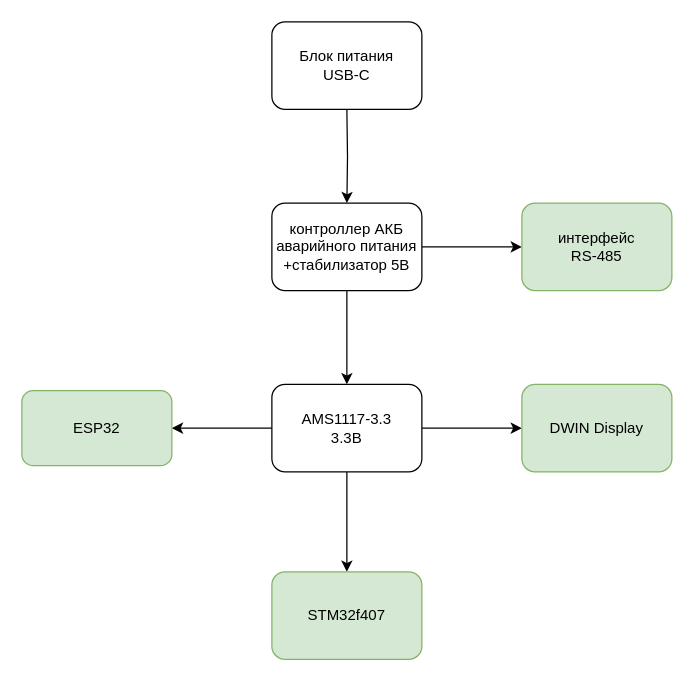
Before: дерево питания.drawio in wdsl2431/bejumniy-dom, a draw.io diagram. Source tidied: cells renumbered, new cells numbered last; positions are measured from the earlier drawing's top-left corner, leaving out a move shared by most shapes. Both pictures are drawn from the tidied source at 125%, with x=0, y=0 at pixel (21, 21).
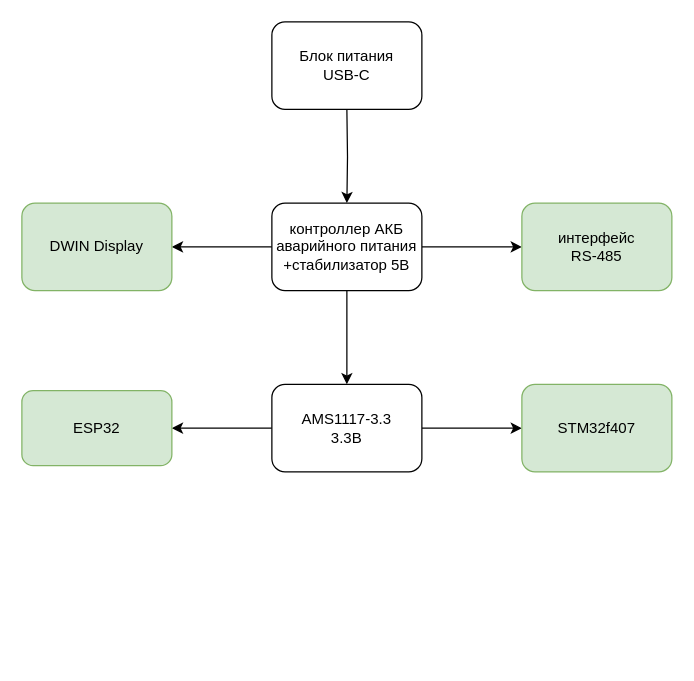
After the change.

The edit, as a diff of the source:
```diff
@@
 <mxGraphModel>
   <root>
     <mxCell id="0" />
     <mxCell id="1" parent="0" />
     <mxCell id="2" value="&lt;div&gt;Блок питания&lt;/div&gt;&lt;div&gt;USB-C&lt;/div&gt;" style="rounded=1;whiteSpace=wrap;html=1;" parent="1" vertex="1">
       <mxGeometry x="200" width="120" height="70" as="geometry" />
     </mxCell>
     <mxCell id="3" style="edgeStyle=orthogonalEdgeStyle;rounded=0;jettySize=auto;html=1;" parent="1" edge="1" source="5" target="10">
       <mxGeometry relative="1" as="geometry" />
     </mxCell>
     <mxCell id="4" style="edgeStyle=orthogonalEdgeStyle;rounded=0;jettySize=auto;html=1;" parent="1" edge="1" source="5" target="9">
       <mxGeometry relative="1" as="geometry" />
     </mxCell>
+    <mxCell id="15" style="edgeStyle=orthogonalEdgeStyle;rounded=0;jettySize=auto;html=1;" parent="1" edge="1" source="5" target="11">
+      <mxGeometry relative="1" as="geometry" />
+    </mxCell>
     <mxCell id="5" value="&lt;div&gt;контроллер АКБ&lt;/div&gt;&lt;div&gt;аварийного питания&lt;br&gt;+стабилизатор 5В&lt;/div&gt;" style="rounded=1;whiteSpace=wrap;html=1;" parent="1" vertex="1">
       <mxGeometry x="200" y="145" width="120" height="70" as="geometry" />
     </mxCell>
-    <mxCell id="6" style="edgeStyle=orthogonalEdgeStyle;rounded=0;jettySize=auto;html=1;" parent="1" edge="1" source="9" target="11">
-      <mxGeometry relative="1" as="geometry" />
-    </mxCell>
     <mxCell id="7" style="edgeStyle=orthogonalEdgeStyle;rounded=0;jettySize=auto;html=1;" parent="1" edge="1" source="9" target="12">
       <mxGeometry relative="1" as="geometry" />
     </mxCell>
     <mxCell id="8" style="edgeStyle=orthogonalEdgeStyle;rounded=0;jettySize=auto;html=1;" parent="1" edge="1" source="9" target="14">
       <mxGeometry relative="1" as="geometry" />
     </mxCell>
     <mxCell id="9" value="&lt;div&gt;AMS1117-3.3&lt;/div&gt;&lt;div&gt;3.3В&lt;/div&gt;" style="rounded=1;whiteSpace=wrap;html=1;" parent="1" vertex="1">
       <mxGeometry x="200" y="290" width="120" height="70" as="geometry" />
     </mxCell>
     <mxCell id="10" value="&lt;div&gt;интерфейс&lt;/div&gt;&lt;div&gt;RS-485&lt;/div&gt;" style="rounded=1;whiteSpace=wrap;html=1;fillColor=#d5e8d4;strokeColor=#82b366;" parent="1" vertex="1">
       <mxGeometry x="400" y="145" width="120" height="70" as="geometry" />
     </mxCell>
     <mxCell id="11" value="DWIN Display" style="rounded=1;whiteSpace=wrap;html=1;fillColor=#d5e8d4;strokeColor=#82b366;" parent="1" vertex="1">
-      <mxGeometry x="400" y="290" width="120" height="70" as="geometry" />
+      <mxGeometry y="145" width="120" height="70" as="geometry" />
     </mxCell>
     <mxCell id="12" value="STM32f407" style="rounded=1;whiteSpace=wrap;html=1;fillColor=#d5e8d4;strokeColor=#82b366;" parent="1" vertex="1">
-      <mxGeometry x="200" y="440" width="120" height="70" as="geometry" />
+      <mxGeometry x="400" y="290" width="120" height="70" as="geometry" />
     </mxCell>
     <mxCell id="13" style="edgeStyle=orthogonalEdgeStyle;rounded=0;jettySize=auto;html=1;" parent="1" edge="1" target="5">
       <mxGeometry relative="1" as="geometry">
         <mxPoint x="260" y="70" as="sourcePoint" />
       </mxGeometry>
     </mxCell>
     <mxCell id="14" value="ESP32" style="whiteSpace=wrap;html=1;rounded=1;fillColor=#d5e8d4;strokeColor=#82b366;" parent="1" vertex="1">
       <mxGeometry y="295" width="120" height="60" as="geometry" />
     </mxCell>
   </root>
 </mxGraphModel>
```
